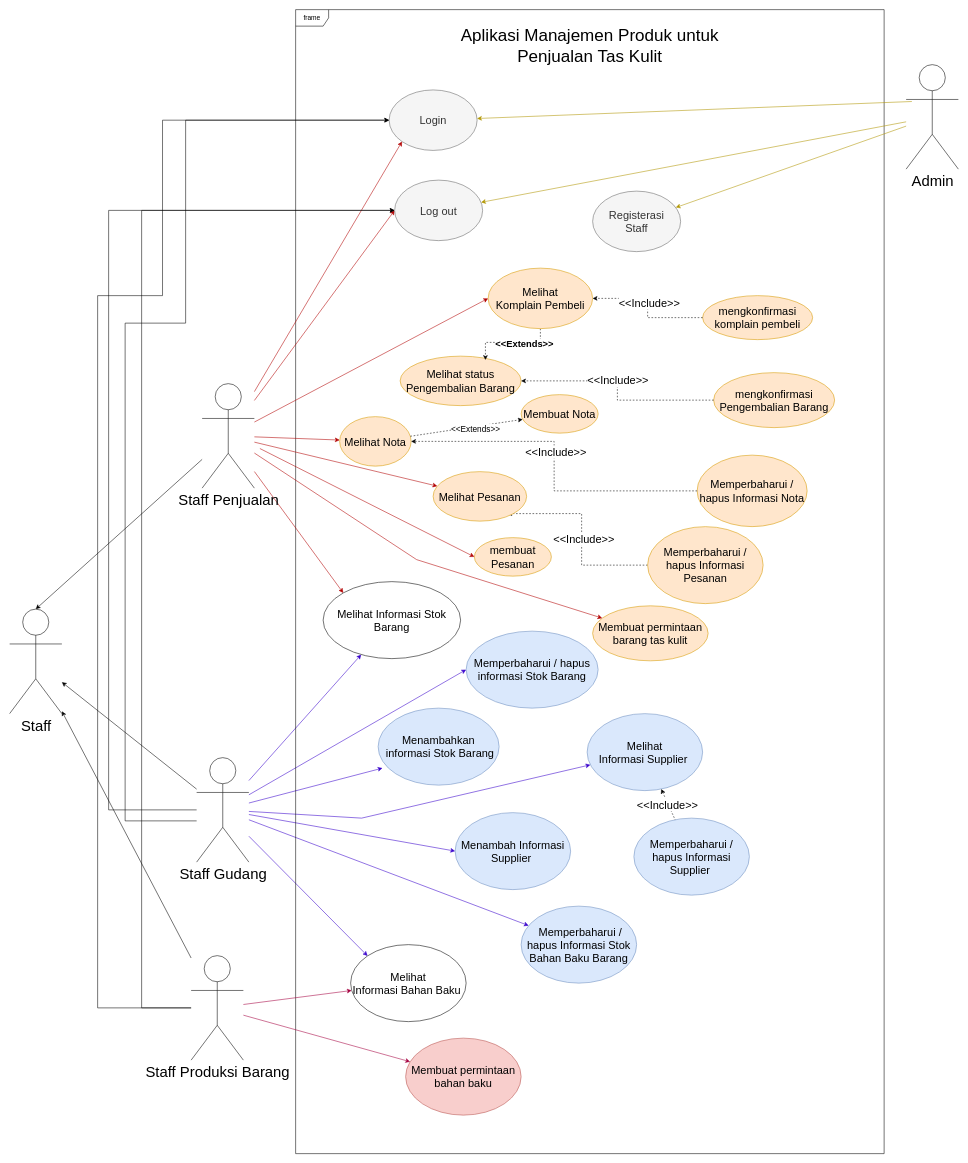
The draw.io diagram diagram hungkul/Diagram Use Case MASTER PISAN.drawio in AriqFaridzki/SE-UTS-2023, before the edit. Source tidied: cells renumbered, new cells numbered last; positions are measured from the earlier drawing's top-left corner, leaving out a move shared by most shapes. Both pictures are drawn from the tidied source at 55%, with x=0, y=0 at pixel (9, 9).
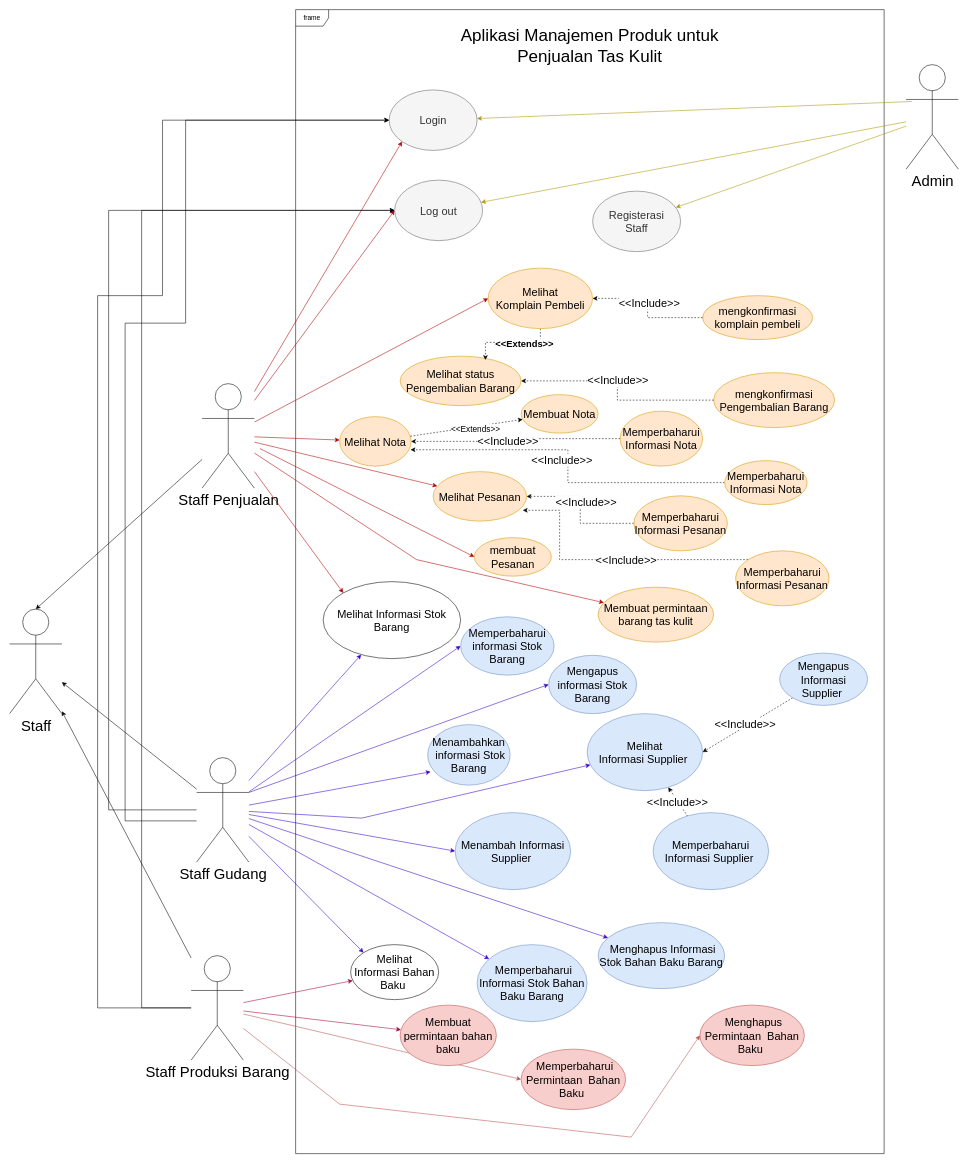
The same diagram, later.

Unchanged cells that the change refers to:
```xml
<mxCell id="12" value="Staff Gudang" style="shape=umlActor;verticalLabelPosition=bottom;verticalAlign=top;html=1;fontSize=27;" parent="1" vertex="1">
  <mxGeometry x="340" y="1360" width="95" height="190" as="geometry" />
</mxCell>
<mxCell id="27" value="Staff Produksi Barang" style="shape=umlActor;verticalLabelPosition=bottom;verticalAlign=top;html=1;fontSize=27;" parent="1" vertex="1">
  <mxGeometry x="330" y="1720" width="95" height="190" as="geometry" />
</mxCell>
<mxCell id="33" value="Melihat&lt;br&gt;Informasi Supplier&amp;nbsp;" style="ellipse;whiteSpace=wrap;html=1;fontSize=20;fillColor=#dae8fc;strokeColor=#6c8ebf;" parent="1" vertex="1">
  <mxGeometry x="1050" y="1280" width="210" height="140" as="geometry" />
</mxCell>
<mxCell id="40" value="Melihat Nota" style="ellipse;whiteSpace=wrap;html=1;fontSize=20;fillColor=#ffe6cc;strokeColor=#d79b00;" parent="1" vertex="1">
  <mxGeometry x="600" y="740" width="130" height="90" as="geometry" />
</mxCell>
<mxCell id="66" value="Melihat Pesanan" style="ellipse;whiteSpace=wrap;html=1;fontSize=20;fillColor=#ffe6cc;strokeColor=#d79b00;" parent="1" vertex="1">
  <mxGeometry x="770" y="840" width="170" height="90" as="geometry" />
</mxCell>
```

Change to the diagram source:
```diff
@@
+    <mxCell id="73" style="rounded=0;jettySize=auto;html=1;exitX=1;exitY=0.3333333333333333;exitDx=0;exitDy=0;exitPerimeter=0;entryX=0;entryY=0.5;entryDx=0;entryDy=0;strokeColor=#3700CC;" parent="1" edge="1" source="12" target="83">
+      <mxGeometry relative="1" as="geometry" />
+    </mxCell>
+    <mxCell id="74" style="rounded=0;jettySize=auto;html=1;strokeColor=#3700CC;" parent="1" edge="1" source="12" target="87">
+      <mxGeometry relative="1" as="geometry" />
+    </mxCell>
@@
+    <mxCell id="75" style="rounded=0;jettySize=auto;html=1;entryX=0;entryY=0.5;entryDx=0;entryDy=0;strokeColor=#B85450;" parent="1" edge="1" source="27" target="88">
+      <mxGeometry relative="1" as="geometry" />
+    </mxCell>
+    <mxCell id="76" style="rounded=0;jettySize=auto;html=1;entryX=0;entryY=0.5;entryDx=0;entryDy=0;strokeColor=#B85450;" parent="1" edge="1" source="27" target="89">
+      <mxGeometry relative="1" as="geometry">
+        <Array as="points">
+          <mxPoint x="600" y="1990" />
+          <mxPoint x="1130" y="2050" />
+        </Array>
+      </mxGeometry>
+    </mxCell>
@@
-    <mxCell id="28" value="Memperbaharui&amp;nbsp;/ hapus informasi Stok Barang" style="ellipse;whiteSpace=wrap;html=1;fontSize=20;fillColor=#dae8fc;strokeColor=#6c8ebf;" parent="1" vertex="1">
-      <mxGeometry x="830" y="1130" width="240" height="140" as="geometry" />
+    <mxCell id="28" value="Memperbaharui informasi Stok Barang" style="ellipse;whiteSpace=wrap;html=1;fontSize=20;fillColor=#dae8fc;strokeColor=#6c8ebf;" parent="1" vertex="1">
+      <mxGeometry x="820" y="1104" width="170" height="106" as="geometry" />
     </mxCell>
@@
-    <mxCell id="30" value="&amp;nbsp;Memperbaharui&amp;nbsp;/ hapus Informasi Stok Bahan Baku Barang" style="ellipse;whiteSpace=wrap;html=1;fontSize=20;fillColor=#dae8fc;strokeColor=#6c8ebf;" parent="1" vertex="1">
-      <mxGeometry x="930" y="1630" width="210" height="140" as="geometry" />
+    <mxCell id="30" value="&amp;nbsp;Memperbaharui Informasi Stok Bahan Baku Barang" style="ellipse;whiteSpace=wrap;html=1;fontSize=20;fillColor=#dae8fc;strokeColor=#6c8ebf;" parent="1" vertex="1">
+      <mxGeometry x="850" y="1700" width="200" height="140" as="geometry" />
     </mxCell>
-    <mxCell id="31" value="Memperbaharui / hapus Informasi Supplier&amp;nbsp;" style="ellipse;whiteSpace=wrap;html=1;fontSize=20;fillColor=#dae8fc;strokeColor=#6c8ebf;" parent="1" vertex="1">
-      <mxGeometry x="1135" y="1470" width="210" height="140" as="geometry" />
+    <mxCell id="31" value="Memperbaharui Informasi Supplier&amp;nbsp;" style="ellipse;whiteSpace=wrap;html=1;fontSize=20;fillColor=#dae8fc;strokeColor=#6c8ebf;" parent="1" vertex="1">
+      <mxGeometry x="1170" y="1460" width="210" height="140" as="geometry" />
     </mxCell>
@@
     <mxCell id="35" value="Melihat&lt;br&gt;Informasi Bahan Baku&amp;nbsp;" style="ellipse;whiteSpace=wrap;html=1;fontSize=20;" parent="1" vertex="1">
-      <mxGeometry x="620" y="1700" width="210" height="140" as="geometry" />
+      <mxGeometry x="620" y="1700" width="160" height="100" as="geometry" />
     </mxCell>
@@
     <mxCell id="39" value="Menambahkan&lt;br&gt;&amp;nbsp;informasi Stok Barang" style="ellipse;whiteSpace=wrap;html=1;fontSize=20;fillColor=#dae8fc;strokeColor=#6c8ebf;" parent="1" vertex="1">
-      <mxGeometry x="670" y="1270" width="220" height="140" as="geometry" />
+      <mxGeometry x="760" y="1300" width="150" height="110" as="geometry" />
     </mxCell>
@@
-    <mxCell id="48" style="edgeStyle=orthogonalEdgeStyle;rounded=0;jettySize=auto;html=1;entryX=0.794;entryY=0.848;entryDx=0;entryDy=0;entryPerimeter=0;dashed=1;" parent="1" edge="1" source="50" target="66">
-      <mxGeometry relative="1" as="geometry">
-        <Array as="points">
-          <mxPoint x="1040" y="1010" />
-          <mxPoint x="1040" y="916" />
-        </Array>
-      </mxGeometry>
+    <mxCell id="48" style="edgeStyle=orthogonalEdgeStyle;rounded=0;jettySize=auto;html=1;dashed=1;" parent="1" edge="1" source="50" target="66">
+      <mxGeometry relative="1" as="geometry" />
     </mxCell>
     <mxCell id="49" value="&amp;lt;&amp;lt;Include&amp;gt;&amp;gt;" style="edgeLabel;html=1;align=center;verticalAlign=middle;fontSize=20;" parent="48" vertex="1">
       <mxGeometry x="0.09" y="-2" relative="1" as="geometry">
-        <mxPoint x="1" y="21" as="offset" />
+        <mxPoint x="8" y="-4" as="offset" />
       </mxGeometry>
     </mxCell>
-    <mxCell id="50" value="Memperbaharui / hapus Informasi Pesanan " style="ellipse;whiteSpace=wrap;html=1;fontSize=20;fillColor=#ffe6cc;strokeColor=#d79b00;" parent="1" vertex="1">
-      <mxGeometry x="1160" y="940" width="210" height="140" as="geometry" />
+    <mxCell id="50" value="Memperbaharui Informasi Pesanan " style="ellipse;whiteSpace=wrap;html=1;fontSize=20;fillColor=#ffe6cc;strokeColor=#d79b00;" parent="1" vertex="1">
+      <mxGeometry x="1135" y="884" width="170" height="100" as="geometry" />
     </mxCell>
-    <mxCell id="51" value="Memperbaharui / hapus Informasi Nota " style="ellipse;whiteSpace=wrap;html=1;fontSize=20;fillColor=#ffe6cc;strokeColor=#d79b00;" parent="1" vertex="1">
-      <mxGeometry x="1250" y="810" width="200" height="130" as="geometry" />
+    <mxCell id="51" value="Memperbaharui Informasi Nota " style="ellipse;whiteSpace=wrap;html=1;fontSize=20;fillColor=#ffe6cc;strokeColor=#d79b00;" parent="1" vertex="1">
+      <mxGeometry x="1110" y="730" width="150" height="100" as="geometry" />
     </mxCell>
@@
     <mxCell id="62" value="Membuat permintaan bahan baku" style="ellipse;whiteSpace=wrap;html=1;fontSize=20;fillColor=#f8cecc;strokeColor=#b85450;" parent="1" vertex="1">
-      <mxGeometry x="720" y="1870" width="210" height="140" as="geometry" />
+      <mxGeometry x="710" y="1810" width="175" height="110" as="geometry" />
     </mxCell>
@@
     <mxCell id="64" value="&lt;div&gt;Membuat permintaan barang tas kulit&lt;/div&gt;" style="ellipse;whiteSpace=wrap;html=1;fontSize=20;fillColor=#ffe6cc;strokeColor=#d79b00;" parent="1" vertex="1">
-      <mxGeometry x="1060" y="1084" width="210" height="100" as="geometry" />
+      <mxGeometry x="1070" y="1050" width="210" height="100" as="geometry" />
     </mxCell>
@@
+    <mxCell id="77" style="edgeStyle=orthogonalEdgeStyle;rounded=0;jettySize=auto;html=1;entryX=0.992;entryY=0.669;entryDx=0;entryDy=0;entryPerimeter=0;dashed=1;" parent="1" edge="1" source="78" target="40">
+      <mxGeometry relative="1" as="geometry" />
+    </mxCell>
+    <mxCell id="78" value="Memperbaharui Informasi Nota " style="ellipse;whiteSpace=wrap;html=1;fontSize=20;fillColor=#ffe6cc;strokeColor=#d79b00;" parent="1" vertex="1">
+      <mxGeometry x="1300" y="820" width="150" height="80" as="geometry" />
+    </mxCell>
+    <mxCell id="79" value="&amp;lt;&amp;lt;Include&amp;gt;&amp;gt;" style="edgeLabel;html=1;align=center;verticalAlign=middle;fontSize=20;" parent="1" vertex="1">
+      <mxGeometry x="915" y="800" as="geometry">
+        <mxPoint x="88" y="18" as="offset" />
+      </mxGeometry>
+    </mxCell>
+    <mxCell id="80" style="edgeStyle=orthogonalEdgeStyle;rounded=0;jettySize=auto;html=1;entryX=0.959;entryY=0.781;entryDx=0;entryDy=0;entryPerimeter=0;dashed=1;" parent="1" edge="1" source="81" target="66">
+      <mxGeometry relative="1" as="geometry">
+        <Array as="points">
+          <mxPoint x="1000" y="1000" />
+          <mxPoint x="1000" y="910" />
+        </Array>
+      </mxGeometry>
+    </mxCell>
+    <mxCell id="81" value="Memperbaharui Informasi Pesanan " style="ellipse;whiteSpace=wrap;html=1;fontSize=20;fillColor=#ffe6cc;strokeColor=#d79b00;" parent="1" vertex="1">
+      <mxGeometry x="1320" y="984" width="170" height="100" as="geometry" />
+    </mxCell>
+    <mxCell id="82" value="&amp;lt;&amp;lt;Include&amp;gt;&amp;gt;" style="edgeLabel;html=1;align=center;verticalAlign=middle;fontSize=20;" parent="1" vertex="1">
+      <mxGeometry x="1120" y="1000" as="geometry" />
+    </mxCell>
+    <mxCell id="83" value="Mengapus informasi Stok Barang" style="ellipse;whiteSpace=wrap;html=1;fontSize=20;fillColor=#dae8fc;strokeColor=#6c8ebf;" parent="1" vertex="1">
+      <mxGeometry x="980" y="1174" width="160" height="106" as="geometry" />
+    </mxCell>
+    <mxCell id="84" style="rounded=0;jettySize=auto;html=1;entryX=1;entryY=0.5;entryDx=0;entryDy=0;dashed=1;" parent="1" edge="1" source="85" target="33">
+      <mxGeometry relative="1" as="geometry" />
+    </mxCell>
+    <mxCell id="85" value="Mengapus Informasi Supplier&amp;nbsp;" style="ellipse;whiteSpace=wrap;html=1;fontSize=20;fillColor=#dae8fc;strokeColor=#6c8ebf;" parent="1" vertex="1">
+      <mxGeometry x="1400" y="1170" width="160" height="95" as="geometry" />
+    </mxCell>
+    <mxCell id="86" value="&lt;span style=&quot;color: rgb(0, 0, 0); font-family: Helvetica; font-size: 20px; font-style: normal; font-variant-ligatures: normal; font-variant-caps: normal; font-weight: 400; letter-spacing: normal; orphans: 2; text-align: center; text-indent: 0px; text-transform: none; widows: 2; word-spacing: 0px; -webkit-text-stroke-width: 0px; background-color: rgb(255, 255, 255); text-decoration-thickness: initial; text-decoration-style: initial; text-decoration-color: initial; float: none; display: inline !important;&quot;&gt;&amp;lt;&amp;lt;Include&amp;gt;&amp;gt;&lt;/span&gt;" style="text;whiteSpace=wrap;html=1;" parent="1" vertex="1">
+      <mxGeometry x="1280" y="1280" width="140" height="50" as="geometry" />
+    </mxCell>
+    <mxCell id="87" value="&amp;nbsp;Menghapus Informasi Stok Bahan Baku Barang" style="ellipse;whiteSpace=wrap;html=1;fontSize=20;fillColor=#dae8fc;strokeColor=#6c8ebf;" parent="1" vertex="1">
+      <mxGeometry x="1070" y="1660" width="230" height="120" as="geometry" />
+    </mxCell>
+    <mxCell id="88" value="&amp;nbsp;Memperbaharui Permintaan&amp;nbsp; Bahan Baku&amp;nbsp;" style="ellipse;whiteSpace=wrap;html=1;fontSize=20;fillColor=#F8CECC;strokeColor=#B85450;" parent="1" vertex="1">
+      <mxGeometry x="930" y="1890" width="190" height="110" as="geometry" />
+    </mxCell>
+    <mxCell id="89" value="&amp;nbsp;Menghapus Permintaan&amp;nbsp; Bahan Baku&amp;nbsp;" style="ellipse;whiteSpace=wrap;html=1;fontSize=20;fillColor=#F8CECC;strokeColor=#B85450;" parent="1" vertex="1">
+      <mxGeometry x="1255" y="1810" width="190" height="110" as="geometry" />
+    </mxCell>
```
